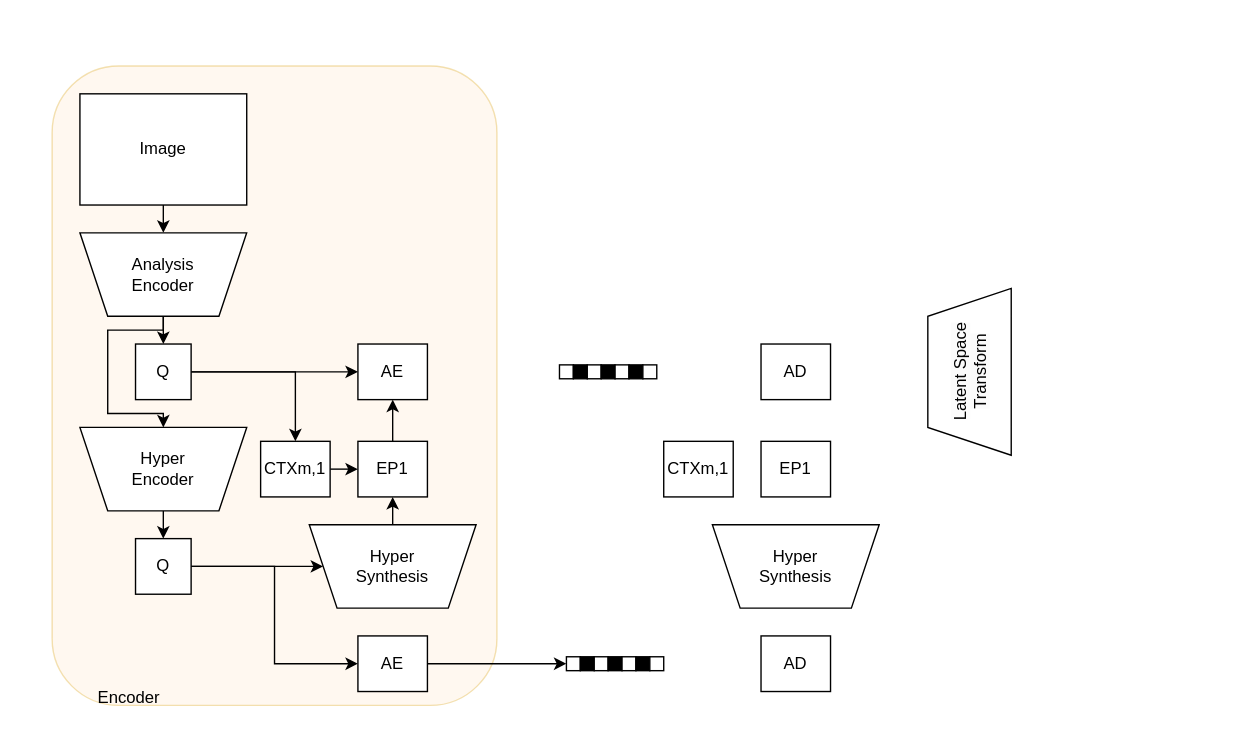
This is page "Page-1" (1 of 2) of Untitled Diagram.drawio from Youlenda/Curriculum-Vitae, a draw.io file, before an edit. Source tidied: cells renumbered, new cells numbered last; positions are measured from the earlier drawing's top-left corner, leaving out a move shared by most shapes. Both pictures are drawn from the tidied source at 139%, with x=0, y=0 at pixel (51, 65). Pictures stored in the file or linked from it are replaced by grey dashed boxes.
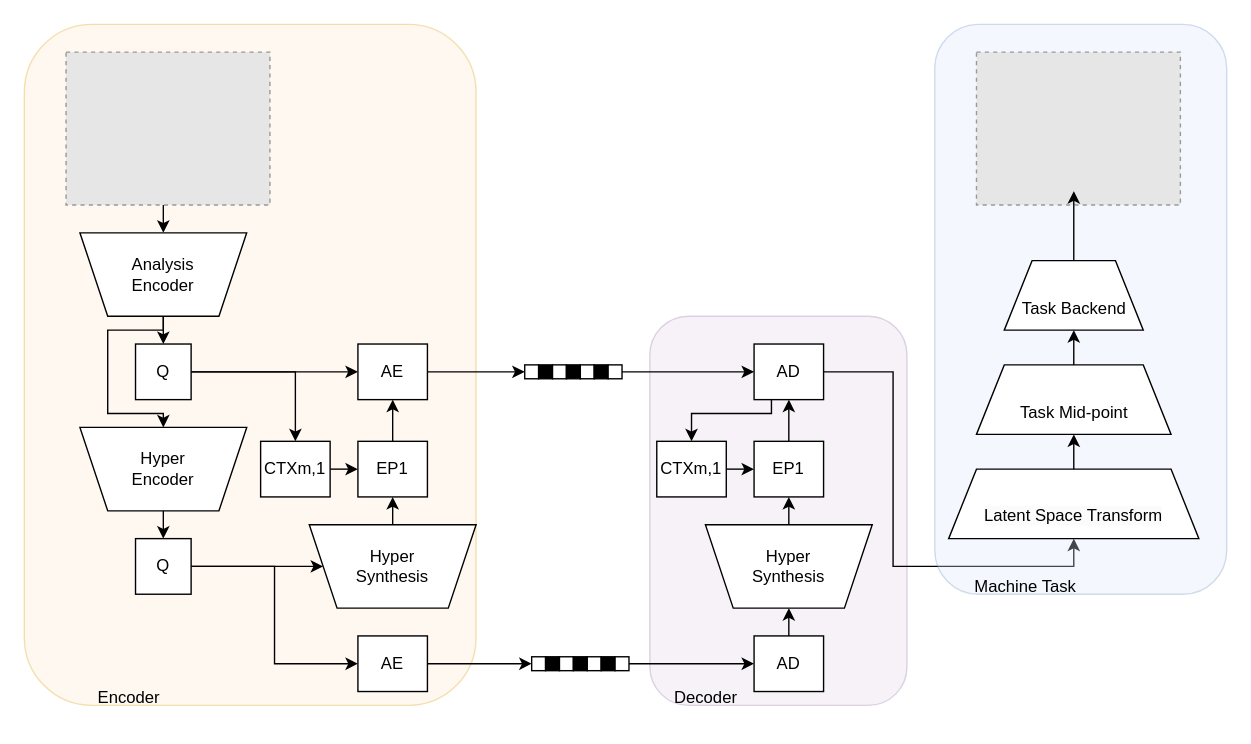
The same diagram, later.

Unchanged cells that the change refers to:
```xml
<mxCell id="8" value="Analysis&lt;br&gt;Encoder" style="shape=trapezoid;perimeter=trapezoidPerimeter;whiteSpace=wrap;html=1;fixedSize=1;direction=west;" parent="1" vertex="1">
  <mxGeometry x="20" y="120" width="120" height="60" as="geometry" />
</mxCell>
<mxCell id="17" value="AE" style="rounded=0;whiteSpace=wrap;html=1;" parent="1" vertex="1">
  <mxGeometry x="220" y="200" width="50" height="40" as="geometry" />
</mxCell>
<mxCell id="34" style="rounded=0;whiteSpace=wrap;html=1;" parent="27" vertex="1">
  <mxGeometry x="60" width="10" height="10" as="geometry" />
</mxCell>
<mxCell id="43" style="rounded=0;whiteSpace=wrap;html=1;" parent="42" vertex="1">
  <mxGeometry width="10" height="10" as="geometry" />
</mxCell>
<mxCell id="49" style="rounded=0;whiteSpace=wrap;html=1;" parent="42" vertex="1">
  <mxGeometry x="60" width="10" height="10" as="geometry" />
</mxCell>
```

Diff of the diagram source:
```diff
@@
     <mxCell id="2" style="rounded=1;whiteSpace=wrap;html=1;fillColor=#ffe6cc;strokeColor=#d79b00;opacity=30;" parent="1" vertex="1">
-      <mxGeometry width="320" height="460" as="geometry" />
+      <mxGeometry x="-20" y="-30" width="325" height="490" as="geometry" />
     </mxCell>
-    <mxCell id="3" style="edgeStyle=orthogonalEdgeStyle;rounded=0;jettySize=auto;html=1;exitX=0.5;exitY=1;exitDx=0;exitDy=0;" parent="1" edge="1" source="5">
+    <mxCell id="3" style="edgeStyle=orthogonalEdgeStyle;rounded=0;orthogonalLoop=1;jettySize=auto;html=1;exitX=0.5;exitY=1;exitDx=0;exitDy=0;" parent="1" edge="1">
       <mxGeometry relative="1" as="geometry">
+        <mxPoint x="80" y="100" as="sourcePoint" />
         <mxPoint x="80" y="100" as="targetPoint" />
       </mxGeometry>
     </mxCell>
-    <mxCell id="4" style="edgeStyle=orthogonalEdgeStyle;rounded=0;jettySize=auto;html=1;exitX=0.5;exitY=1;exitDx=0;exitDy=0;entryX=0.5;entryY=1;entryDx=0;entryDy=0;" parent="1" edge="1" source="5" target="8">
-      <mxGeometry relative="1" as="geometry" />
+    <mxCell id="4" style="edgeStyle=orthogonalEdgeStyle;rounded=0;jettySize=auto;html=1;exitX=0.5;exitY=1;exitDx=0;exitDy=0;entryX=0.5;entryY=1;entryDx=0;entryDy=0;" parent="1" edge="1" target="8">
+      <mxGeometry relative="1" as="geometry">
+        <mxPoint x="80" y="100" as="sourcePoint" />
+      </mxGeometry>
     </mxCell>
-    <mxCell id="5" value="Image" style="rounded=0;whiteSpace=wrap;html=1;" parent="1" vertex="1">
-      <mxGeometry x="20" y="20" width="120" height="80" as="geometry" />
-    </mxCell>
@@
+    <mxCell id="50" style="edgeStyle=orthogonalEdgeStyle;rounded=0;jettySize=auto;html=1;exitX=1;exitY=0.5;exitDx=0;exitDy=0;entryX=0;entryY=0.5;entryDx=0;entryDy=0;" parent="1" edge="1" source="17" target="43">
+      <mxGeometry relative="1" as="geometry" />
+    </mxCell>
@@
     <mxCell id="27" style="group;" parent="1" vertex="1">
-      <mxGeometry x="370" y="425" width="70" height="25" as="geometry" />
+      <mxGeometry x="345" y="425" width="70" height="25" as="geometry" />
     </mxCell>
@@
-    <mxCell id="35" value="AD" style="rounded=0;whiteSpace=wrap;html=1;" parent="1" vertex="1">
-      <mxGeometry x="510" y="410" width="50" height="40" as="geometry" />
-    </mxCell>
-    <mxCell id="36" value="Hyper&lt;br&gt;Synthesis" style="shape=trapezoid;perimeter=trapezoidPerimeter;whiteSpace=wrap;html=1;fixedSize=1;direction=west;" parent="1" vertex="1">
-      <mxGeometry x="475" y="330" width="120" height="60" as="geometry" />
-    </mxCell>
-    <mxCell id="37" value="AD" style="rounded=0;whiteSpace=wrap;html=1;" parent="1" vertex="1">
-      <mxGeometry x="510" y="200" width="50" height="40" as="geometry" />
-    </mxCell>
-    <mxCell id="38" value="CTXm,1" style="rounded=0;whiteSpace=wrap;html=1;" parent="1" vertex="1">
-      <mxGeometry x="440" y="270" width="50" height="40" as="geometry" />
-    </mxCell>
-    <mxCell id="39" value="EP1" style="rounded=0;whiteSpace=wrap;html=1;" parent="1" vertex="1">
-      <mxGeometry x="510" y="270" width="50" height="40" as="geometry" />
-    </mxCell>
-    <mxCell id="40" style="shape=trapezoid;perimeter=trapezoidPerimeter;whiteSpace=wrap;html=1;fixedSize=1;direction=north;rotation=0;" parent="1" vertex="1">
-      <mxGeometry x="630" y="160" width="60" height="120" as="geometry" />
-    </mxCell>
-    <mxCell id="41" value="&lt;span style=&quot;caret-color: rgb(0, 0, 0); color: rgb(0, 0, 0); font-family: Helvetica; font-size: 12px; font-style: normal; font-variant-caps: normal; font-weight: 400; letter-spacing: normal; text-indent: 0px; text-transform: none; word-spacing: 0px; -webkit-text-stroke-width: 0px; background-color: rgb(251, 251, 251); text-decoration: none; float: none; display: inline !important;&quot;&gt;Latent Space&lt;br&gt;Transform&lt;/span&gt;" style="text;whiteSpace=wrap;html=1;rotation=270;align=center;" parent="1" vertex="1">
-      <mxGeometry x="580" y="200" width="160" height="40" as="geometry" />
-    </mxCell>
     <mxCell id="42" style="group;" parent="1" vertex="1">
-      <mxGeometry x="365" y="215" width="70" height="10" as="geometry" />
+      <mxGeometry x="340" y="215" width="70" height="10" as="geometry" />
     </mxCell>
@@
+    <mxCell id="51" style="rounded=1;whiteSpace=wrap;html=1;fillColor=#e1d5e7;opacity=30;strokeColor=#9673a6;" parent="1" vertex="1">
+      <mxGeometry x="430" y="180" width="185" height="280" as="geometry" />
+    </mxCell>
+    <mxCell id="35" value="AD" style="rounded=0;whiteSpace=wrap;html=1;" parent="1" vertex="1">
+      <mxGeometry x="505" y="410" width="50" height="40" as="geometry" />
+    </mxCell>
+    <mxCell id="36" value="Hyper&lt;br&gt;Synthesis" style="shape=trapezoid;perimeter=trapezoidPerimeter;whiteSpace=wrap;html=1;fixedSize=1;direction=west;" parent="1" vertex="1">
+      <mxGeometry x="470" y="330" width="120" height="60" as="geometry" />
+    </mxCell>
+    <mxCell id="52" style="edgeStyle=orthogonalEdgeStyle;rounded=0;jettySize=auto;html=1;exitX=1;exitY=0.5;exitDx=0;exitDy=0;entryX=0.5;entryY=1;entryDx=0;entryDy=0;" parent="1" edge="1" source="37" target="41">
+      <mxGeometry relative="1" as="geometry">
+        <Array as="points">
+          <mxPoint x="605" y="220" />
+          <mxPoint x="605" y="360" />
+          <mxPoint x="735" y="360" />
+        </Array>
+      </mxGeometry>
+    </mxCell>
+    <mxCell id="37" value="AD" style="rounded=0;whiteSpace=wrap;html=1;" parent="1" vertex="1">
+      <mxGeometry x="505" y="200" width="50" height="40" as="geometry" />
+    </mxCell>
+    <mxCell id="53" style="edgeStyle=orthogonalEdgeStyle;rounded=0;jettySize=auto;html=1;exitX=0.5;exitY=0;exitDx=0;exitDy=0;entryX=0.5;entryY=0;entryDx=0;entryDy=0;" parent="1" edge="1" source="35" target="36">
+      <mxGeometry relative="1" as="geometry" />
+    </mxCell>
+    <mxCell id="38" value="CTXm,1" style="rounded=0;whiteSpace=wrap;html=1;" parent="1" vertex="1">
+      <mxGeometry x="435" y="270" width="50" height="40" as="geometry" />
+    </mxCell>
+    <mxCell id="54" style="edgeStyle=orthogonalEdgeStyle;rounded=0;jettySize=auto;html=1;exitX=0.25;exitY=1;exitDx=0;exitDy=0;" parent="1" edge="1" source="37" target="38">
+      <mxGeometry relative="1" as="geometry">
+        <Array as="points">
+          <mxPoint x="517" y="250" />
+          <mxPoint x="460" y="250" />
+        </Array>
+      </mxGeometry>
+    </mxCell>
+    <mxCell id="39" value="EP1" style="rounded=0;whiteSpace=wrap;html=1;" parent="1" vertex="1">
+      <mxGeometry x="505" y="270" width="50" height="40" as="geometry" />
+    </mxCell>
+    <mxCell id="55" style="edgeStyle=orthogonalEdgeStyle;rounded=0;jettySize=auto;html=1;" parent="1" edge="1" source="49" target="37">
+      <mxGeometry relative="1" as="geometry" />
+    </mxCell>
+    <mxCell id="56" style="edgeStyle=orthogonalEdgeStyle;rounded=0;jettySize=auto;html=1;" parent="1" edge="1" source="34" target="35">
+      <mxGeometry relative="1" as="geometry" />
+    </mxCell>
+    <mxCell id="57" style="edgeStyle=orthogonalEdgeStyle;rounded=0;jettySize=auto;html=1;exitX=0.5;exitY=1;exitDx=0;exitDy=0;entryX=0.5;entryY=1;entryDx=0;entryDy=0;" parent="1" edge="1" source="36" target="39">
+      <mxGeometry relative="1" as="geometry" />
+    </mxCell>
+    <mxCell id="58" style="edgeStyle=orthogonalEdgeStyle;rounded=0;jettySize=auto;html=1;exitX=1;exitY=0.5;exitDx=0;exitDy=0;entryX=0;entryY=0.5;entryDx=0;entryDy=0;" parent="1" edge="1" source="38" target="39">
+      <mxGeometry relative="1" as="geometry" />
+    </mxCell>
+    <mxCell id="59" style="edgeStyle=orthogonalEdgeStyle;rounded=0;jettySize=auto;html=1;" parent="1" edge="1" source="39" target="37">
+      <mxGeometry relative="1" as="geometry" />
+    </mxCell>
+    <mxCell id="60" value="Decoder" style="text;html=1;align=center;verticalAlign=middle;strokeColor=none;fillColor=none;" parent="1" vertex="1">
+      <mxGeometry x="425" y="440" width="90" height="30" as="geometry" />
+    </mxCell>
+    <mxCell id="61" style="rounded=1;whiteSpace=wrap;html=1;fillColor=#dae8fc;opacity=30;strokeColor=#6c8ebf;" parent="1" vertex="1">
+      <mxGeometry x="635" y="-30" width="210" height="410" as="geometry" />
+    </mxCell>
+    <mxCell id="62" style="shape=trapezoid;perimeter=trapezoidPerimeter;whiteSpace=wrap;html=1;fixedSize=1;direction=east;" parent="1" vertex="1">
+      <mxGeometry x="645" y="290" width="180" height="50" as="geometry" />
+    </mxCell>
+    <mxCell id="63" style="shape=trapezoid;perimeter=trapezoidPerimeter;whiteSpace=wrap;html=1;fixedSize=1;direction=east;" parent="1" vertex="1">
+      <mxGeometry x="665" y="215" width="140" height="50" as="geometry" />
+    </mxCell>
+    <mxCell id="64" style="shape=trapezoid;perimeter=trapezoidPerimeter;whiteSpace=wrap;html=1;fixedSize=1;direction=east;" parent="1" vertex="1">
+      <mxGeometry x="685" y="140" width="100" height="50" as="geometry" />
+    </mxCell>
+    <mxCell id="65" value="Task Mid-point" style="text;html=1;align=center;verticalAlign=middle;strokeColor=none;fillColor=none;rotation=0;" parent="1" vertex="1">
+      <mxGeometry x="685" y="235" width="100" height="30" as="geometry" />
+    </mxCell>
+    <mxCell id="66" value="Task Backend" style="text;html=1;align=center;verticalAlign=middle;strokeColor=none;fillColor=none;rotation=0;" parent="1" vertex="1">
+      <mxGeometry x="685" y="160" width="100" height="30" as="geometry" />
+    </mxCell>
+    <mxCell id="41" value="&lt;span style=&quot;border-color: var(--border-color); caret-color: rgb(0, 0, 0); color: rgb(0, 0, 0); font-family: Helvetica; font-size: 12px; font-style: normal; font-variant-caps: normal; font-weight: 400; letter-spacing: normal; text-indent: 0px; text-transform: none; word-spacing: 0px; -webkit-text-stroke-width: 0px; text-decoration: none; background-color: rgb(251, 251, 251); float: none; display: inline !important;&quot;&gt;Latent Space&amp;nbsp;&lt;/span&gt;&lt;span style=&quot;border-color: var(--border-color); caret-color: rgb(0, 0, 0); color: rgb(0, 0, 0); font-family: Helvetica; font-size: 12px; font-style: normal; font-variant-caps: normal; font-weight: 400; letter-spacing: normal; text-indent: 0px; text-transform: none; word-spacing: 0px; -webkit-text-stroke-width: 0px; text-decoration: none; background-color: rgb(251, 251, 251); float: none; display: inline !important;&quot;&gt;Transform&lt;/span&gt;" style="text;whiteSpace=wrap;html=1;align=center;" parent="1" vertex="1">
+      <mxGeometry x="660" y="310" width="150" height="30" as="geometry" />
+    </mxCell>
+    <mxCell id="67" style="fillColor=#E6E6E6;strokeColor=#999999;dashed=1;verticalLabelPosition=bottom;labelBackgroundColor=default;verticalAlign=top;" parent="1" vertex="1">
+      <mxGeometry x="665" y="-10" width="146.7" height="110" as="geometry" />
+    </mxCell>
+    <mxCell id="68" style="edgeStyle=orthogonalEdgeStyle;rounded=0;jettySize=auto;html=1;exitX=0.5;exitY=0;exitDx=0;exitDy=0;entryX=0.5;entryY=1;entryDx=0;entryDy=0;" parent="1" edge="1" source="64">
+      <mxGeometry relative="1" as="geometry">
+        <mxPoint x="735" y="90" as="targetPoint" />
+      </mxGeometry>
+    </mxCell>
+    <mxCell id="69" style="edgeStyle=orthogonalEdgeStyle;rounded=0;jettySize=auto;html=1;exitX=0.5;exitY=0;exitDx=0;exitDy=0;entryX=0.5;entryY=1;entryDx=0;entryDy=0;" parent="1" edge="1" source="63" target="64">
+      <mxGeometry relative="1" as="geometry" />
+    </mxCell>
+    <mxCell id="70" style="edgeStyle=orthogonalEdgeStyle;rounded=0;jettySize=auto;html=1;exitX=0.5;exitY=0;exitDx=0;exitDy=0;" parent="1" edge="1" source="62" target="63">
+      <mxGeometry relative="1" as="geometry" />
+    </mxCell>
+    <mxCell id="71" value="Machine Task" style="text;html=1;align=center;verticalAlign=middle;strokeColor=none;fillColor=none;" parent="1" vertex="1">
+      <mxGeometry x="635" y="360" width="130" height="30" as="geometry" />
+    </mxCell>
+    <mxCell id="72" style="fillColor=#E6E6E6;strokeColor=#999999;dashed=1;verticalLabelPosition=bottom;labelBackgroundColor=default;verticalAlign=top;" parent="1" vertex="1">
+      <mxGeometry x="10" y="-10" width="146.7" height="110" as="geometry" />
+    </mxCell>
```
